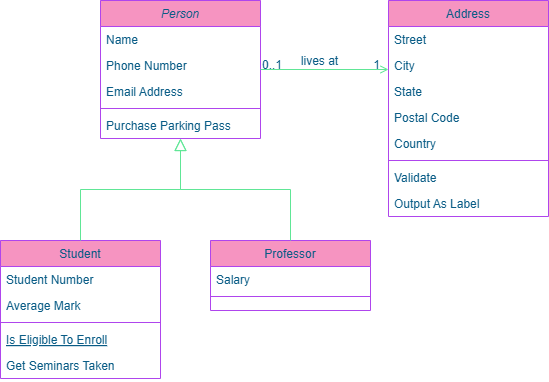
ravisankargv96/1.SpringWebApp keeps this draw.io diagram as Trail.drawio.png. Above is the earlier version. Source tidied: cells renumbered, new cells last; positions are measured from the earlier drawing's top-left corner, leaving out a move shared by most shapes.
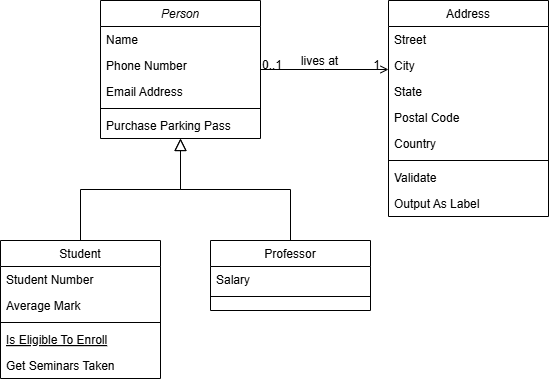
Above is the later version.

The edit, as a diff of the source:
```diff
@@ -2,100 +2,100 @@
   <root>
     <mxCell id="0" />
     <mxCell id="1" parent="0" />
-    <mxCell id="2" value="Person" style="swimlane;fontStyle=2;align=center;verticalAlign=top;horizontal=1;startSize=26;rounded=0;shadow=0;strokeWidth=1;labelBackgroundColor=none;fillColor=#F694C1;strokeColor=#AF45ED;fontColor=#095C86;" parent="1" vertex="1">
+    <mxCell id="2" value="Person" style="swimlane;fontStyle=2;align=center;verticalAlign=top;horizontal=1;startSize=26;rounded=0;shadow=0;strokeWidth=1;labelBackgroundColor=none;" parent="1" vertex="1">
       <mxGeometry x="100" width="160" height="138" as="geometry" />
     </mxCell>
-    <mxCell id="3" value="Name" style="text;align=left;verticalAlign=top;spacingLeft=4;spacingRight=4;overflow=hidden;labelBackgroundColor=none;fontColor=#095C86;" parent="2" vertex="1">
+    <mxCell id="3" value="Name" style="text;align=left;verticalAlign=top;spacingLeft=4;spacingRight=4;overflow=hidden;labelBackgroundColor=none;" parent="2" vertex="1">
       <mxGeometry y="26" width="160" height="26" as="geometry" />
     </mxCell>
-    <mxCell id="4" value="Phone Number" style="text;align=left;verticalAlign=top;spacingLeft=4;spacingRight=4;overflow=hidden;rounded=0;shadow=0;html=0;labelBackgroundColor=none;fontColor=#095C86;" parent="2" vertex="1">
+    <mxCell id="4" value="Phone Number" style="text;align=left;verticalAlign=top;spacingLeft=4;spacingRight=4;overflow=hidden;rounded=0;shadow=0;html=0;labelBackgroundColor=none;" parent="2" vertex="1">
       <mxGeometry y="52" width="160" height="26" as="geometry" />
     </mxCell>
-    <mxCell id="5" value="Email Address" style="text;align=left;verticalAlign=top;spacingLeft=4;spacingRight=4;overflow=hidden;rounded=0;shadow=0;html=0;labelBackgroundColor=none;fontColor=#095C86;" parent="2" vertex="1">
+    <mxCell id="5" value="Email Address" style="text;align=left;verticalAlign=top;spacingLeft=4;spacingRight=4;overflow=hidden;rounded=0;shadow=0;html=0;labelBackgroundColor=none;" parent="2" vertex="1">
       <mxGeometry y="78" width="160" height="26" as="geometry" />
     </mxCell>
-    <mxCell id="6" style="line;html=1;strokeWidth=1;align=left;verticalAlign=middle;spacingTop=-1;spacingLeft=3;spacingRight=3;labelPosition=right;labelBackgroundColor=none;fillColor=#F694C1;strokeColor=#AF45ED;fontColor=#095C86;" parent="2" vertex="1">
+    <mxCell id="6" style="line;html=1;strokeWidth=1;align=left;verticalAlign=middle;spacingTop=-1;spacingLeft=3;spacingRight=3;labelPosition=right;labelBackgroundColor=none;" parent="2" vertex="1">
       <mxGeometry y="104" width="160" height="8" as="geometry" />
     </mxCell>
-    <mxCell id="7" value="Purchase Parking Pass" style="text;align=left;verticalAlign=top;spacingLeft=4;spacingRight=4;overflow=hidden;labelBackgroundColor=none;fontColor=#095C86;" parent="2" vertex="1">
+    <mxCell id="7" value="Purchase Parking Pass" style="text;align=left;verticalAlign=top;spacingLeft=4;spacingRight=4;overflow=hidden;labelBackgroundColor=none;" parent="2" vertex="1">
       <mxGeometry y="112" width="160" height="26" as="geometry" />
     </mxCell>
-    <mxCell id="8" value="Student" style="swimlane;fontStyle=0;align=center;verticalAlign=top;horizontal=1;startSize=26;rounded=0;shadow=0;strokeWidth=1;labelBackgroundColor=none;fillColor=#F694C1;strokeColor=#AF45ED;fontColor=#095C86;" parent="1" vertex="1">
+    <mxCell id="8" value="Student" style="swimlane;fontStyle=0;align=center;verticalAlign=top;horizontal=1;startSize=26;rounded=0;shadow=0;strokeWidth=1;labelBackgroundColor=none;" parent="1" vertex="1">
       <mxGeometry y="240" width="160" height="138" as="geometry" />
     </mxCell>
-    <mxCell id="9" value="Student Number" style="text;align=left;verticalAlign=top;spacingLeft=4;spacingRight=4;overflow=hidden;labelBackgroundColor=none;fontColor=#095C86;" parent="8" vertex="1">
+    <mxCell id="9" value="Student Number" style="text;align=left;verticalAlign=top;spacingLeft=4;spacingRight=4;overflow=hidden;labelBackgroundColor=none;" parent="8" vertex="1">
       <mxGeometry y="26" width="160" height="26" as="geometry" />
     </mxCell>
-    <mxCell id="10" value="Average Mark" style="text;align=left;verticalAlign=top;spacingLeft=4;spacingRight=4;overflow=hidden;rounded=0;shadow=0;html=0;labelBackgroundColor=none;fontColor=#095C86;" parent="8" vertex="1">
+    <mxCell id="10" value="Average Mark" style="text;align=left;verticalAlign=top;spacingLeft=4;spacingRight=4;overflow=hidden;rounded=0;shadow=0;html=0;labelBackgroundColor=none;" parent="8" vertex="1">
       <mxGeometry y="52" width="160" height="26" as="geometry" />
     </mxCell>
-    <mxCell id="11" style="line;html=1;strokeWidth=1;align=left;verticalAlign=middle;spacingTop=-1;spacingLeft=3;spacingRight=3;labelPosition=right;labelBackgroundColor=none;fillColor=#F694C1;strokeColor=#AF45ED;fontColor=#095C86;" parent="8" vertex="1">
+    <mxCell id="11" style="line;html=1;strokeWidth=1;align=left;verticalAlign=middle;spacingTop=-1;spacingLeft=3;spacingRight=3;labelPosition=right;labelBackgroundColor=none;" parent="8" vertex="1">
       <mxGeometry y="78" width="160" height="8" as="geometry" />
     </mxCell>
-    <mxCell id="12" value="Is Eligible To Enroll" style="text;align=left;verticalAlign=top;spacingLeft=4;spacingRight=4;overflow=hidden;fontStyle=4;labelBackgroundColor=none;fontColor=#095C86;" parent="8" vertex="1">
+    <mxCell id="12" value="Is Eligible To Enroll" style="text;align=left;verticalAlign=top;spacingLeft=4;spacingRight=4;overflow=hidden;fontStyle=4;labelBackgroundColor=none;" parent="8" vertex="1">
       <mxGeometry y="86" width="160" height="26" as="geometry" />
     </mxCell>
-    <mxCell id="13" value="Get Seminars Taken" style="text;align=left;verticalAlign=top;spacingLeft=4;spacingRight=4;overflow=hidden;labelBackgroundColor=none;fontColor=#095C86;" parent="8" vertex="1">
+    <mxCell id="13" value="Get Seminars Taken" style="text;align=left;verticalAlign=top;spacingLeft=4;spacingRight=4;overflow=hidden;labelBackgroundColor=none;" parent="8" vertex="1">
       <mxGeometry y="112" width="160" height="26" as="geometry" />
     </mxCell>
-    <mxCell id="14" style="endArrow=block;endSize=10;endFill=0;shadow=0;strokeWidth=1;rounded=0;curved=0;edgeStyle=elbowEdgeStyle;elbow=vertical;labelBackgroundColor=none;strokeColor=#60E696;fontColor=default;" parent="1" edge="1" source="8" target="2">
+    <mxCell id="14" style="endArrow=block;endSize=10;endFill=0;shadow=0;strokeWidth=1;rounded=0;curved=0;edgeStyle=elbowEdgeStyle;elbow=vertical;labelBackgroundColor=none;fontColor=default;" parent="1" edge="1" source="8" target="2">
       <mxGeometry relative="1" as="geometry" />
     </mxCell>
-    <mxCell id="15" value="Professor" style="swimlane;fontStyle=0;align=center;verticalAlign=top;horizontal=1;startSize=26;rounded=0;shadow=0;strokeWidth=1;labelBackgroundColor=none;fillColor=#F694C1;strokeColor=#AF45ED;fontColor=#095C86;" parent="1" vertex="1">
+    <mxCell id="15" value="Professor" style="swimlane;fontStyle=0;align=center;verticalAlign=top;horizontal=1;startSize=26;rounded=0;shadow=0;strokeWidth=1;labelBackgroundColor=none;" parent="1" vertex="1">
       <mxGeometry x="210" y="240" width="160" height="70" as="geometry" />
     </mxCell>
-    <mxCell id="16" value="Salary" style="text;align=left;verticalAlign=top;spacingLeft=4;spacingRight=4;overflow=hidden;labelBackgroundColor=none;fontColor=#095C86;" parent="15" vertex="1">
+    <mxCell id="16" value="Salary" style="text;align=left;verticalAlign=top;spacingLeft=4;spacingRight=4;overflow=hidden;labelBackgroundColor=none;" parent="15" vertex="1">
       <mxGeometry y="26" width="160" height="26" as="geometry" />
     </mxCell>
-    <mxCell id="17" style="line;html=1;strokeWidth=1;align=left;verticalAlign=middle;spacingTop=-1;spacingLeft=3;spacingRight=3;labelPosition=right;labelBackgroundColor=none;fillColor=#F694C1;strokeColor=#AF45ED;fontColor=#095C86;" parent="15" vertex="1">
+    <mxCell id="17" style="line;html=1;strokeWidth=1;align=left;verticalAlign=middle;spacingTop=-1;spacingLeft=3;spacingRight=3;labelPosition=right;labelBackgroundColor=none;" parent="15" vertex="1">
       <mxGeometry y="52" width="160" height="8" as="geometry" />
     </mxCell>
-    <mxCell id="18" style="endArrow=block;endSize=10;endFill=0;shadow=0;strokeWidth=1;rounded=0;curved=0;edgeStyle=elbowEdgeStyle;elbow=vertical;labelBackgroundColor=none;strokeColor=#60E696;fontColor=default;" parent="1" edge="1" source="15" target="2">
+    <mxCell id="18" style="endArrow=block;endSize=10;endFill=0;shadow=0;strokeWidth=1;rounded=0;curved=0;edgeStyle=elbowEdgeStyle;elbow=vertical;labelBackgroundColor=none;fontColor=default;" parent="1" edge="1" source="15" target="2">
       <mxGeometry relative="1" as="geometry" />
     </mxCell>
-    <mxCell id="19" value="Address" style="swimlane;fontStyle=0;align=center;verticalAlign=top;horizontal=1;startSize=26;rounded=0;shadow=0;strokeWidth=1;labelBackgroundColor=none;fillColor=#F694C1;strokeColor=#AF45ED;fontColor=#095C86;" parent="1" vertex="1">
+    <mxCell id="19" value="Address" style="swimlane;fontStyle=0;align=center;verticalAlign=top;horizontal=1;startSize=26;rounded=0;shadow=0;strokeWidth=1;labelBackgroundColor=none;" parent="1" vertex="1">
       <mxGeometry x="388" width="160" height="216" as="geometry" />
     </mxCell>
-    <mxCell id="20" value="Street" style="text;align=left;verticalAlign=top;spacingLeft=4;spacingRight=4;overflow=hidden;labelBackgroundColor=none;fontColor=#095C86;" parent="19" vertex="1">
+    <mxCell id="20" value="Street" style="text;align=left;verticalAlign=top;spacingLeft=4;spacingRight=4;overflow=hidden;labelBackgroundColor=none;" parent="19" vertex="1">
       <mxGeometry y="26" width="160" height="26" as="geometry" />
     </mxCell>
-    <mxCell id="21" value="City" style="text;align=left;verticalAlign=top;spacingLeft=4;spacingRight=4;overflow=hidden;rounded=0;shadow=0;html=0;labelBackgroundColor=none;fontColor=#095C86;" parent="19" vertex="1">
+    <mxCell id="21" value="City" style="text;align=left;verticalAlign=top;spacingLeft=4;spacingRight=4;overflow=hidden;rounded=0;shadow=0;html=0;labelBackgroundColor=none;" parent="19" vertex="1">
       <mxGeometry y="52" width="160" height="26" as="geometry" />
     </mxCell>
-    <mxCell id="22" value="State" style="text;align=left;verticalAlign=top;spacingLeft=4;spacingRight=4;overflow=hidden;rounded=0;shadow=0;html=0;labelBackgroundColor=none;fontColor=#095C86;" parent="19" vertex="1">
+    <mxCell id="22" value="State" style="text;align=left;verticalAlign=top;spacingLeft=4;spacingRight=4;overflow=hidden;rounded=0;shadow=0;html=0;labelBackgroundColor=none;" parent="19" vertex="1">
       <mxGeometry y="78" width="160" height="26" as="geometry" />
     </mxCell>
-    <mxCell id="23" value="Postal Code" style="text;align=left;verticalAlign=top;spacingLeft=4;spacingRight=4;overflow=hidden;rounded=0;shadow=0;html=0;labelBackgroundColor=none;fontColor=#095C86;" parent="19" vertex="1">
+    <mxCell id="23" value="Postal Code" style="text;align=left;verticalAlign=top;spacingLeft=4;spacingRight=4;overflow=hidden;rounded=0;shadow=0;html=0;labelBackgroundColor=none;" parent="19" vertex="1">
       <mxGeometry y="104" width="160" height="26" as="geometry" />
     </mxCell>
-    <mxCell id="24" value="Country" style="text;align=left;verticalAlign=top;spacingLeft=4;spacingRight=4;overflow=hidden;rounded=0;shadow=0;html=0;labelBackgroundColor=none;fontColor=#095C86;" parent="19" vertex="1">
+    <mxCell id="24" value="Country" style="text;align=left;verticalAlign=top;spacingLeft=4;spacingRight=4;overflow=hidden;rounded=0;shadow=0;html=0;labelBackgroundColor=none;" parent="19" vertex="1">
       <mxGeometry y="130" width="160" height="26" as="geometry" />
     </mxCell>
-    <mxCell id="25" style="line;html=1;strokeWidth=1;align=left;verticalAlign=middle;spacingTop=-1;spacingLeft=3;spacingRight=3;labelPosition=right;labelBackgroundColor=none;fillColor=#F694C1;strokeColor=#AF45ED;fontColor=#095C86;" parent="19" vertex="1">
+    <mxCell id="25" style="line;html=1;strokeWidth=1;align=left;verticalAlign=middle;spacingTop=-1;spacingLeft=3;spacingRight=3;labelPosition=right;labelBackgroundColor=none;" parent="19" vertex="1">
       <mxGeometry y="156" width="160" height="8" as="geometry" />
     </mxCell>
-    <mxCell id="26" value="Validate" style="text;align=left;verticalAlign=top;spacingLeft=4;spacingRight=4;overflow=hidden;labelBackgroundColor=none;fontColor=#095C86;" parent="19" vertex="1">
+    <mxCell id="26" value="Validate" style="text;align=left;verticalAlign=top;spacingLeft=4;spacingRight=4;overflow=hidden;labelBackgroundColor=none;" parent="19" vertex="1">
       <mxGeometry y="164" width="160" height="26" as="geometry" />
     </mxCell>
-    <mxCell id="27" value="Output As Label" style="text;align=left;verticalAlign=top;spacingLeft=4;spacingRight=4;overflow=hidden;labelBackgroundColor=none;fontColor=#095C86;" parent="19" vertex="1">
+    <mxCell id="27" value="Output As Label" style="text;align=left;verticalAlign=top;spacingLeft=4;spacingRight=4;overflow=hidden;labelBackgroundColor=none;" parent="19" vertex="1">
       <mxGeometry y="190" width="160" height="26" as="geometry" />
     </mxCell>
-    <mxCell id="28" style="endArrow=open;shadow=0;strokeWidth=1;rounded=0;curved=0;endFill=1;edgeStyle=elbowEdgeStyle;elbow=vertical;labelBackgroundColor=none;strokeColor=#60E696;fontColor=default;" parent="1" edge="1" source="2" target="19">
+    <mxCell id="28" style="endArrow=open;shadow=0;strokeWidth=1;rounded=0;curved=0;endFill=1;edgeStyle=elbowEdgeStyle;elbow=vertical;labelBackgroundColor=none;fontColor=default;" parent="1" edge="1" source="2" target="19">
       <mxGeometry x="0.5" y="41" relative="1" as="geometry">
         <mxPoint x="-40" y="32" as="offset" />
       </mxGeometry>
     </mxCell>
-    <mxCell id="29" value="0..1" style="align=left;verticalAlign=bottom;labelBackgroundColor=none;fontSize=12;fillColor=#F694C1;strokeColor=#AF45ED;fontColor=#095C86;" parent="28" vertex="1">
+    <mxCell id="29" value="0..1" style="align=left;verticalAlign=bottom;labelBackgroundColor=none;fontSize=12;" parent="28" vertex="1">
       <mxGeometry x="-1" relative="1" as="geometry">
         <mxPoint y="4" as="offset" />
       </mxGeometry>
     </mxCell>
-    <mxCell id="30" value="1" style="align=right;verticalAlign=bottom;labelBackgroundColor=none;fontSize=12;fillColor=#F694C1;strokeColor=#AF45ED;fontColor=#095C86;" parent="28" vertex="1">
+    <mxCell id="30" value="1" style="align=right;verticalAlign=bottom;labelBackgroundColor=none;fontSize=12;" parent="28" vertex="1">
       <mxGeometry x="1" relative="1" as="geometry">
         <mxPoint x="-7" y="4" as="offset" />
       </mxGeometry>
     </mxCell>
-    <mxCell id="31" value="lives at" style="text;html=1;align=center;verticalAlign=middle;labelBackgroundColor=none;rounded=0;shadow=0;strokeWidth=1;fontSize=12;fontColor=#095C86;" parent="28" vertex="1">
+    <mxCell id="31" value="lives at" style="text;html=1;align=center;verticalAlign=middle;labelBackgroundColor=none;rounded=0;shadow=0;strokeWidth=1;fontSize=12;" parent="28" vertex="1">
       <mxGeometry x="0.5" y="49" relative="1" as="geometry">
         <mxPoint x="-38" y="40" as="offset" />
       </mxGeometry>
```
